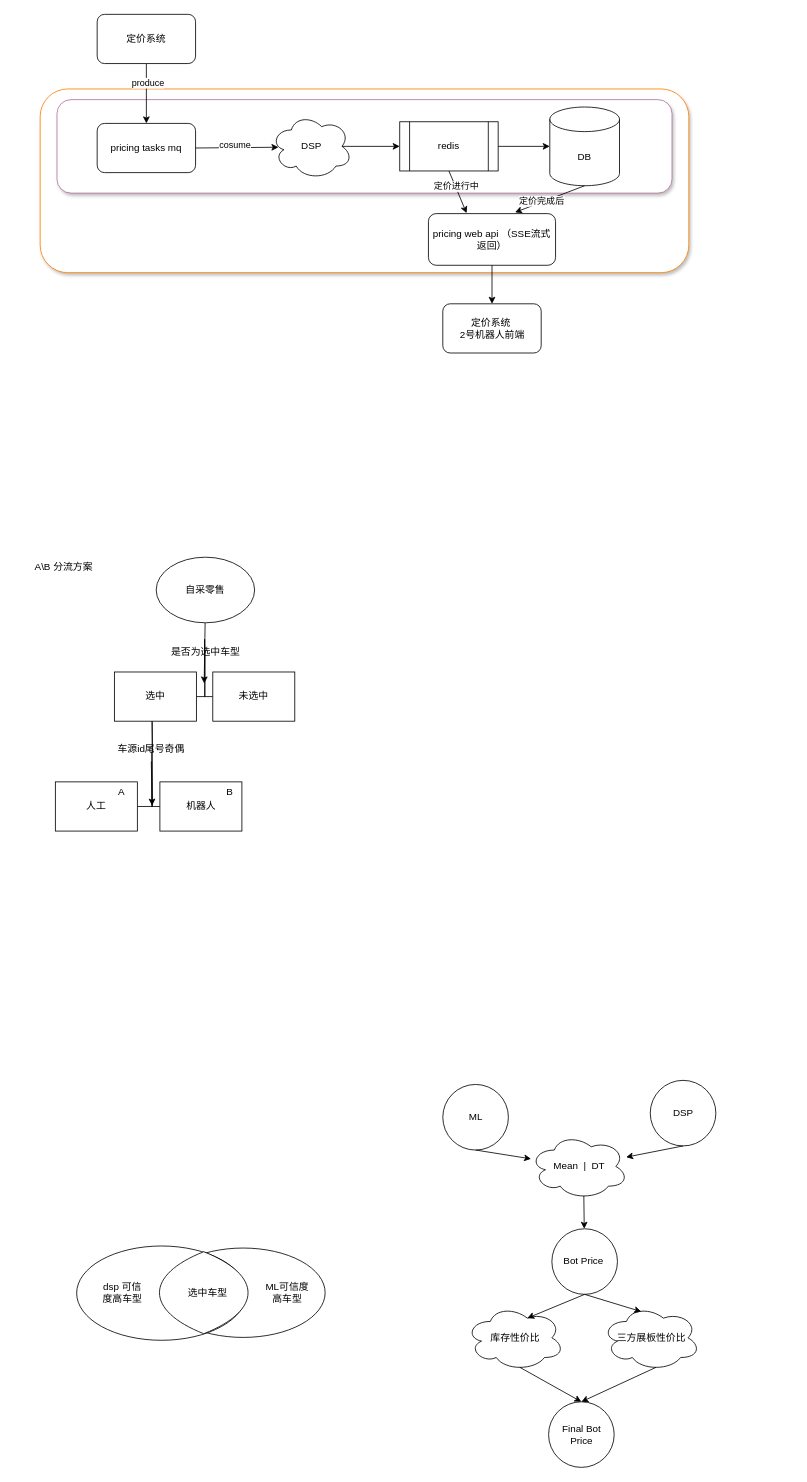
This is dsp_structure.drawio from mrlonely001/gittest, a draw.io file, before an edit. Source tidied: cells renumbered, new cells numbered last; positions are measured from the earlier drawing's top-left corner, leaving out a move shared by most shapes. Both pictures are drawn from the tidied source at 82%, with x=0, y=0 at pixel (32, 14).
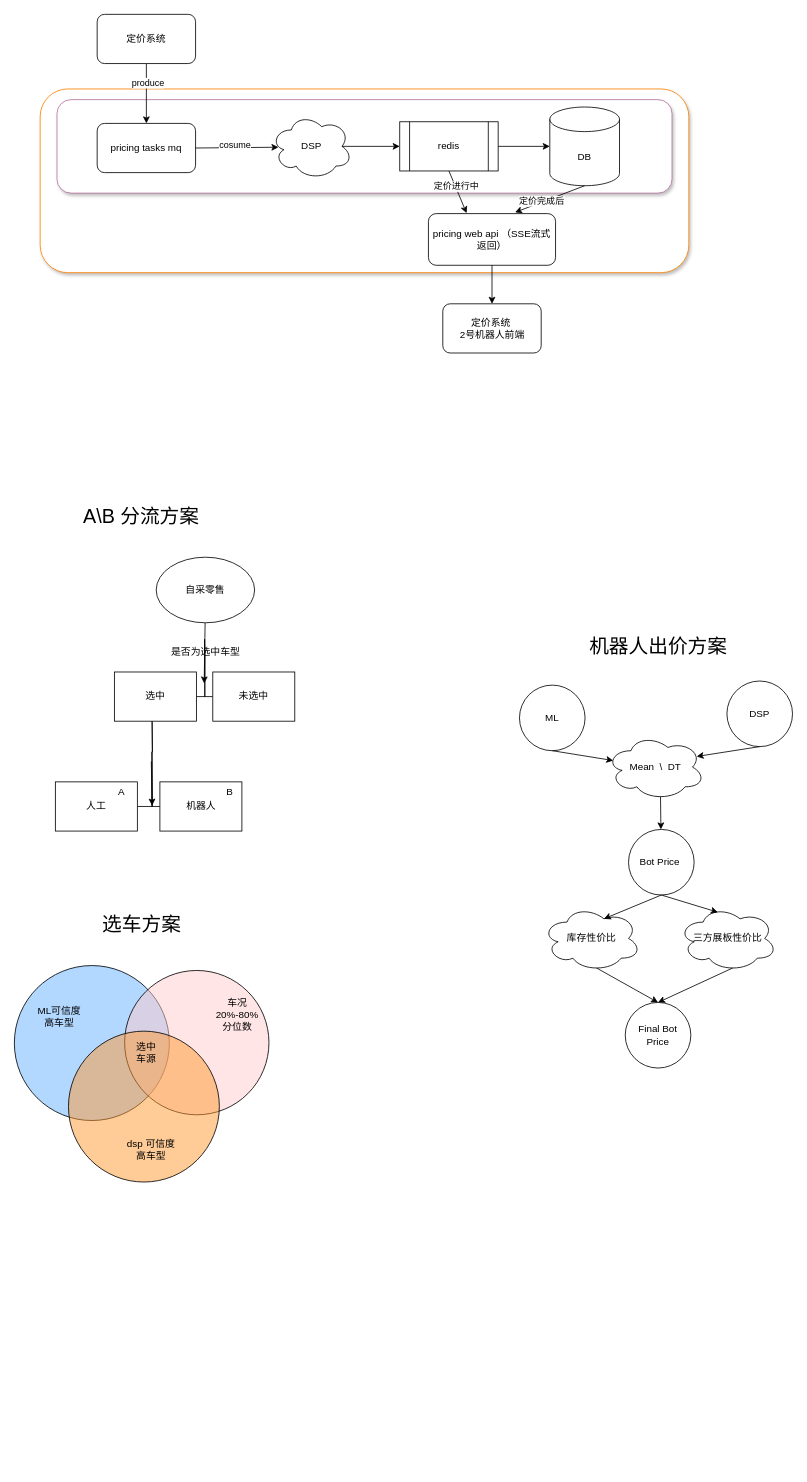
The same diagram, later.

Diff of the diagram source:
```diff
@@
-    <mxCell id="26" value="车源id尾号奇偶" style="text;html=1;align=center;verticalAlign=middle;whiteSpace=wrap;rounded=0;" parent="1" vertex="1">
-      <mxGeometry x="93" y="881" width="104" height="30" as="geometry" />
-    </mxCell>
@@
-    <mxCell id="34" style="endArrow=classic;html=1;rounded=0;exitX=0.5;exitY=1;exitDx=0;exitDy=0;" parent="1" edge="1" source="26">
+    <mxCell id="34" style="endArrow=classic;html=1;rounded=0;exitX=0.5;exitY=1;exitDx=0;exitDy=0;" parent="1" edge="1">
       <mxGeometry relative="1" as="geometry">
+        <mxPoint x="145" y="911" as="sourcePoint" />
         <mxPoint x="146" y="965" as="targetPoint" />
       </mxGeometry>
     </mxCell>
-    <mxCell id="35" value="A\B 分流方案" style="text;html=1;align=center;verticalAlign=middle;whiteSpace=wrap;rounded=0;" parent="1" vertex="1">
-      <mxGeometry y="659" width="77" height="30" as="geometry" />
+    <mxCell id="35" value="&lt;font style=&quot;font-size: 24px;&quot;&gt;A\B 分流方案&lt;/font&gt;" style="text;html=1;align=center;verticalAlign=middle;whiteSpace=wrap;rounded=0;" parent="1" vertex="1">
+      <mxGeometry x="51" y="596" width="164" height="34" as="geometry" />
     </mxCell>
-    <mxCell id="36" style="ellipse;whiteSpace=wrap;html=1;" parent="1" vertex="1">
-      <mxGeometry x="157" y="1504.5" width="200" height="109" as="geometry" />
-    </mxCell>
-    <mxCell id="37" style="ellipse;whiteSpace=wrap;html=1;" parent="1" vertex="1">
-      <mxGeometry x="54" y="1502" width="207" height="115" as="geometry" />
-    </mxCell>
-    <mxCell id="38" style="whiteSpace=wrap;html=1;shape=mxgraph.basic.pointed_oval;" parent="1" vertex="1">
-      <mxGeometry x="137" y="1509" width="144" height="100" as="geometry" />
-    </mxCell>
-    <mxCell id="39" value="选中车型" style="text;strokeColor=none;fillColor=none;align=left;verticalAlign=top;spacingLeft=4;spacingRight=4;overflow=hidden;whiteSpace=wrap;html=1;" parent="1" vertex="1">
-      <mxGeometry x="184" y="1546" width="60" height="26" as="geometry" />
-    </mxCell>
-    <mxCell id="40" value="dsp 可信度高车型" style="text;html=1;align=center;verticalAlign=middle;whiteSpace=wrap;rounded=0;" parent="1" vertex="1">
-      <mxGeometry x="80" y="1544" width="60" height="30" as="geometry" />
-    </mxCell>
-    <mxCell id="41" value="ML可信度高车型" style="text;html=1;align=center;verticalAlign=middle;whiteSpace=wrap;rounded=0;" parent="1" vertex="1">
-      <mxGeometry x="281" y="1544" width="60" height="30" as="geometry" />
-    </mxCell>
     <mxCell id="42" value="ML" style="ellipse;whiteSpace=wrap;html=1;" parent="1" vertex="1">
-      <mxGeometry x="500.5" y="1305" width="80" height="80" as="geometry" />
+      <mxGeometry x="594" y="818" width="80" height="80" as="geometry" />
     </mxCell>
     <mxCell id="43" value="DSP" style="ellipse;whiteSpace=wrap;html=1;" parent="1" vertex="1">
-      <mxGeometry x="753.5" y="1300" width="80" height="80" as="geometry" />
+      <mxGeometry x="847" y="813" width="80" height="80" as="geometry" />
     </mxCell>
     <mxCell id="44" value="Bot Price&amp;nbsp;" style="ellipse;whiteSpace=wrap;html=1;" parent="1" vertex="1">
-      <mxGeometry x="633.5" y="1481" width="80" height="80" as="geometry" />
+      <mxGeometry x="727" y="994" width="80" height="80" as="geometry" />
     </mxCell>
-    <mxCell id="45" style="endArrow=classic;html=1;rounded=0;exitX=0.5;exitY=1;exitDx=0;exitDy=0;" parent="1" edge="1" source="42" target="47">
+    <mxCell id="45" style="endArrow=classic;html=1;rounded=0;exitX=0.5;exitY=1;exitDx=0;exitDy=0;entryX=0.07;entryY=0.4;entryDx=0;entryDy=0;entryPerimeter=0;" parent="1" edge="1" source="42" target="47">
       <mxGeometry relative="1" as="geometry" />
     </mxCell>
-    <mxCell id="46" style="endArrow=classic;html=1;rounded=0;exitX=0.5;exitY=1;exitDx=0;exitDy=0;" parent="1" edge="1" source="43" target="47">
+    <mxCell id="46" style="endArrow=classic;html=1;rounded=0;exitX=0.5;exitY=1;exitDx=0;exitDy=0;entryX=0.917;entryY=0.338;entryDx=0;entryDy=0;entryPerimeter=0;" parent="1" edge="1" source="43" target="47">
       <mxGeometry relative="1" as="geometry" />
     </mxCell>
-    <mxCell id="47" value="Mean&amp;nbsp; |&amp;nbsp; DT" style="ellipse;shape=cloud;whiteSpace=wrap;html=1;" parent="1" vertex="1">
-      <mxGeometry x="606.5" y="1365" width="120" height="80" as="geometry" />
+    <mxCell id="47" value="Mean&amp;nbsp; \&amp;nbsp; DT" style="ellipse;shape=cloud;whiteSpace=wrap;html=1;" parent="1" vertex="1">
+      <mxGeometry x="700" y="878" width="120" height="80" as="geometry" />
     </mxCell>
@@
     <mxCell id="49" value="库存性价比" style="ellipse;shape=cloud;whiteSpace=wrap;html=1;" parent="1" vertex="1">
-      <mxGeometry x="528.5" y="1574" width="120" height="80" as="geometry" />
+      <mxGeometry x="622" y="1087" width="120" height="80" as="geometry" />
     </mxCell>
     <mxCell id="50" value="三方展板性价比" style="ellipse;shape=cloud;whiteSpace=wrap;html=1;" parent="1" vertex="1">
-      <mxGeometry x="694.5" y="1574" width="120" height="80" as="geometry" />
+      <mxGeometry x="788" y="1087" width="120" height="80" as="geometry" />
     </mxCell>
@@
     <mxCell id="55" value="Final Bot Price" style="ellipse;whiteSpace=wrap;html=1;" parent="1" vertex="1">
-      <mxGeometry x="629.5" y="1692" width="80" height="80" as="geometry" />
+      <mxGeometry x="723" y="1205" width="80" height="80" as="geometry" />
     </mxCell>
@@
+    <mxCell id="58" style="ellipse;whiteSpace=wrap;html=1;fillColor=#66B2FF;fillOpacity=50;" parent="1" vertex="1">
+      <mxGeometry x="-22" y="1160" width="189" height="189" as="geometry" />
+    </mxCell>
+    <mxCell id="59" style="ellipse;whiteSpace=wrap;html=1;fillColor=#FFCCCC;fillOpacity=50;strokeColor=#000000;" parent="1" vertex="1">
+      <mxGeometry x="112.5" y="1166" width="176" height="176" as="geometry" />
+    </mxCell>
+    <mxCell id="60" style="ellipse;whiteSpace=wrap;html=1;fillColor=light-dark(#FF9933,#000000);fillOpacity=50;" parent="1" vertex="1">
+      <mxGeometry x="44" y="1240" width="184" height="184" as="geometry" />
+    </mxCell>
+    <mxCell id="40" value="dsp 可信度高车型" style="text;html=1;align=center;verticalAlign=middle;whiteSpace=wrap;rounded=0;" parent="1" vertex="1">
+      <mxGeometry x="114" y="1370" width="62" height="30" as="geometry" />
+    </mxCell>
+    <mxCell id="61" value="车况20%-80% 分位数" style="text;html=1;align=center;verticalAlign=middle;whiteSpace=wrap;rounded=0;" parent="1" vertex="1">
+      <mxGeometry x="220" y="1205" width="60" height="30" as="geometry" />
+    </mxCell>
+    <mxCell id="41" value="ML可信度高车型" style="text;html=1;align=center;verticalAlign=middle;whiteSpace=wrap;rounded=0;" parent="1" vertex="1">
+      <mxGeometry x="3" y="1207" width="60" height="30" as="geometry" />
+    </mxCell>
+    <mxCell id="62" value="&lt;font style=&quot;font-size: 24px;&quot;&gt;选车方案&lt;/font&gt;" style="text;html=1;align=center;verticalAlign=middle;whiteSpace=wrap;rounded=0;" parent="1" vertex="1">
+      <mxGeometry x="76.5" y="1095" width="113" height="30" as="geometry" />
+    </mxCell>
+    <mxCell id="63" value="&lt;font style=&quot;font-size: 24px;&quot;&gt;机器人出价方案&lt;/font&gt;" style="text;html=1;align=center;verticalAlign=middle;whiteSpace=wrap;rounded=0;" parent="1" vertex="1">
+      <mxGeometry x="669.5" y="758" width="187" height="25" as="geometry" />
+    </mxCell>
+    <mxCell id="64" value="选中&lt;div&gt;车源&lt;/div&gt;" style="text;html=1;align=center;verticalAlign=middle;whiteSpace=wrap;rounded=0;" parent="1" vertex="1">
+      <mxGeometry x="109" y="1251" width="60" height="30" as="geometry" />
+    </mxCell>
```
